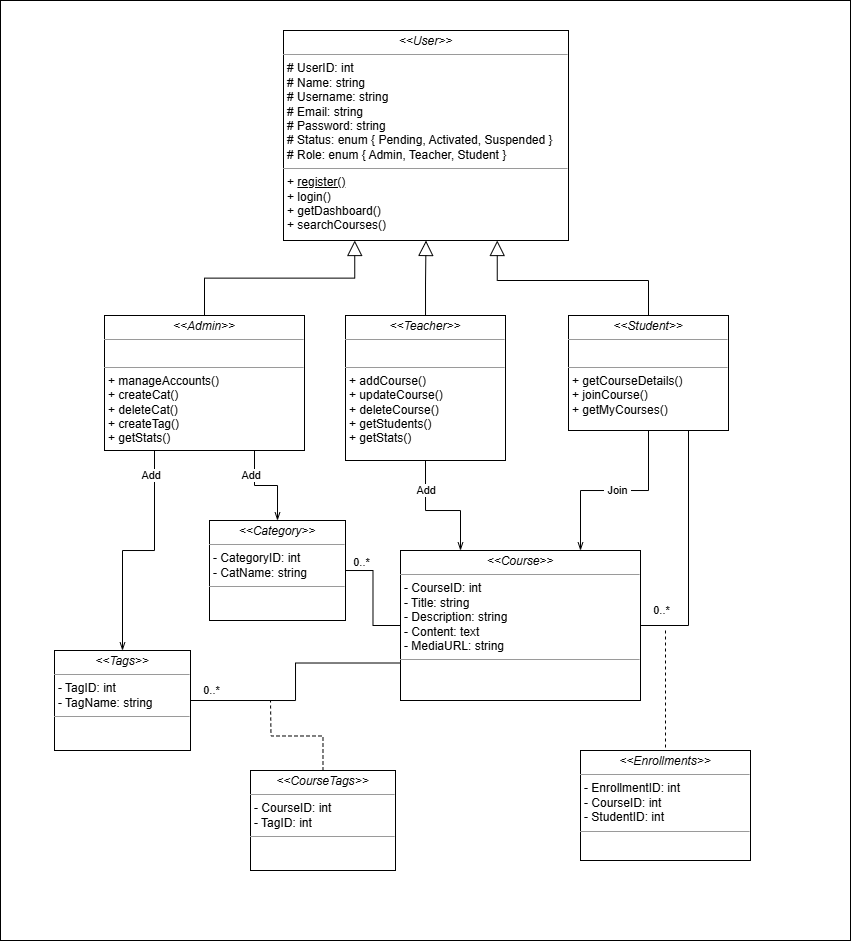
Above: diagrams/Class.png in theshamkhi/Udemy (draw.io), before the change. Source tidied: cells renumbered, new cells last; positions are measured from the earlier drawing's top-left corner, leaving out a move shared by most shapes.
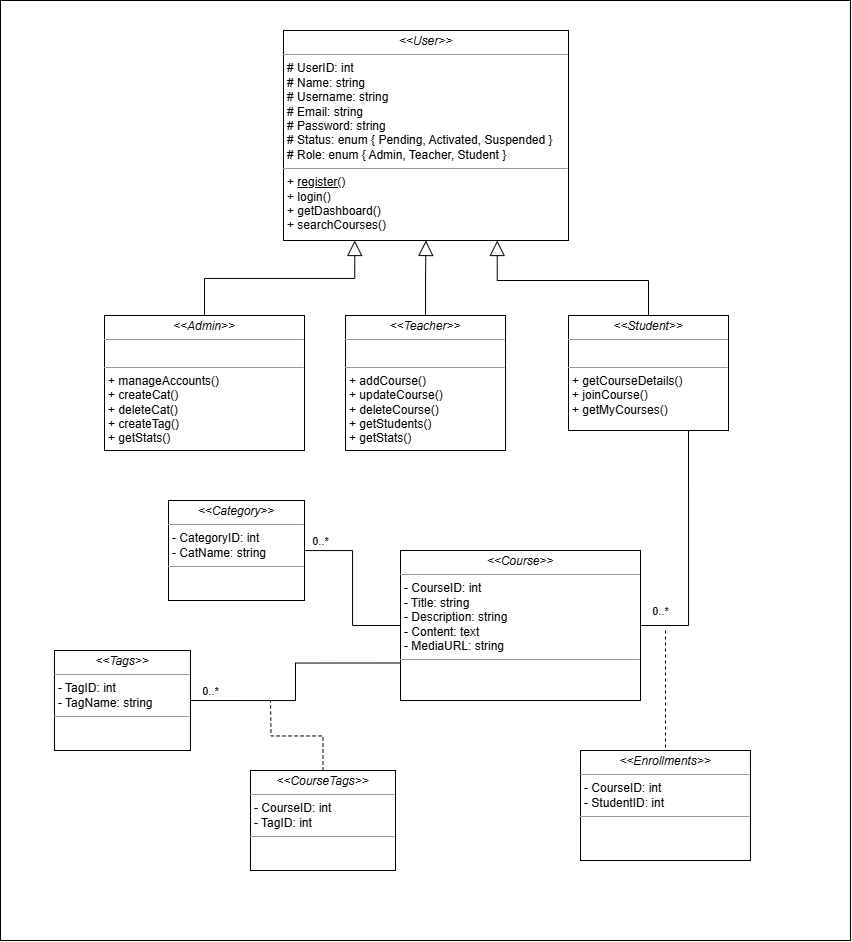
Above is the later version.

Commit message:
Updated Class Diagram

What changed in the source:
```diff
@@ -5,28 +5,14 @@
     <mxCell id="2" style="rounded=0;whiteSpace=wrap;html=1;" parent="1" vertex="1">
       <mxGeometry width="850" height="940" as="geometry" />
     </mxCell>
-    <mxCell id="3" style="edgeStyle=orthogonalEdgeStyle;rounded=0;jettySize=auto;html=1;exitX=0.75;exitY=1;exitDx=0;exitDy=0;entryX=0.5;entryY=0;entryDx=0;entryDy=0;endArrow=openThin;endFill=0;" parent="1" edge="1" source="5" target="11">
-      <mxGeometry relative="1" as="geometry" />
-    </mxCell>
-    <mxCell id="4" style="edgeStyle=orthogonalEdgeStyle;rounded=0;jettySize=auto;html=1;exitX=0.25;exitY=1;exitDx=0;exitDy=0;endArrow=openThin;endFill=0;" parent="1" edge="1" source="5" target="24">
-      <mxGeometry relative="1" as="geometry" />
-    </mxCell>
     <mxCell id="5" value="&lt;p style=&quot;margin:0px;margin-top:4px;text-align:center;&quot;&gt;&lt;i&gt;&amp;lt;&amp;lt;Admin&amp;gt;&amp;gt;&lt;/i&gt;&lt;br&gt;&lt;/p&gt;&lt;hr size=&quot;1&quot;&gt;&lt;p style=&quot;margin: 0px 0px 0px 4px;&quot;&gt;&lt;br&gt;&lt;/p&gt;&lt;hr size=&quot;1&quot;&gt;&lt;p style=&quot;margin:0px;margin-left:4px;&quot;&gt;&lt;span style=&quot;background-color: transparent; color: light-dark(rgb(0, 0, 0), rgb(255, 255, 255));&quot;&gt;+ manageAccounts()&lt;/span&gt;&lt;/p&gt;&lt;p style=&quot;margin:0px;margin-left:4px;&quot;&gt;&lt;span style=&quot;background-color: transparent; color: light-dark(rgb(0, 0, 0), rgb(255, 255, 255));&quot;&gt;+ createCat()&lt;/span&gt;&lt;/p&gt;&lt;p style=&quot;margin:0px;margin-left:4px;&quot;&gt;+ deleteCat()&lt;/p&gt;&lt;p style=&quot;margin:0px;margin-left:4px;&quot;&gt;+ createTag()&lt;/p&gt;&lt;p style=&quot;margin:0px;margin-left:4px;&quot;&gt;+ getStats()&lt;/p&gt;" style="verticalAlign=top;align=left;overflow=fill;fontSize=12;fontFamily=Helvetica;html=1;rounded=0;shadow=0;comic=0;labelBackgroundColor=none;strokeWidth=1;" parent="1" vertex="1">
       <mxGeometry x="104" y="315" width="200" height="135" as="geometry" />
     </mxCell>
-    <mxCell id="6" style="edgeStyle=orthogonalEdgeStyle;rounded=0;jettySize=auto;html=1;endArrow=openThin;endFill=0;exitX=0.5;exitY=1;exitDx=0;exitDy=0;entryX=0.25;entryY=0;entryDx=0;entryDy=0;" parent="1" edge="1" source="8" target="16">
-      <mxGeometry relative="1" as="geometry">
-        <Array as="points">
-          <mxPoint x="425" y="510" />
-          <mxPoint x="460" y="510" />
-        </Array>
-      </mxGeometry>
-    </mxCell>
     <mxCell id="7" style="edgeStyle=orthogonalEdgeStyle;rounded=0;jettySize=auto;html=1;endArrow=block;endFill=0;endSize=13;" parent="1" edge="1" source="8" target="10">
       <mxGeometry relative="1" as="geometry" />
     </mxCell>
     <mxCell id="8" value="&lt;p style=&quot;margin:0px;margin-top:4px;text-align:center;&quot;&gt;&lt;i&gt;&amp;lt;&amp;lt;Teacher&amp;gt;&amp;gt;&lt;/i&gt;&lt;br&gt;&lt;/p&gt;&lt;hr size=&quot;1&quot;&gt;&lt;p style=&quot;margin:0px;margin-left:4px;&quot;&gt;&lt;br&gt;&lt;/p&gt;&lt;hr size=&quot;1&quot;&gt;&lt;p style=&quot;margin:0px;margin-left:4px;&quot;&gt;+ addCourse()&lt;/p&gt;&lt;p style=&quot;margin:0px;margin-left:4px;&quot;&gt;+ updateCourse()&lt;/p&gt;&lt;p style=&quot;margin:0px;margin-left:4px;&quot;&gt;+ deleteCourse()&lt;/p&gt;&lt;p style=&quot;margin:0px;margin-left:4px;&quot;&gt;+ getStudents()&lt;/p&gt;&lt;p style=&quot;margin:0px;margin-left:4px;&quot;&gt;+ getStats()&lt;/p&gt;" style="verticalAlign=top;align=left;overflow=fill;fontSize=12;fontFamily=Helvetica;html=1;rounded=0;shadow=0;comic=0;labelBackgroundColor=none;strokeWidth=1;" parent="1" vertex="1">
-      <mxGeometry x="345" y="315" width="160" height="145" as="geometry" />
+      <mxGeometry x="345" y="315" width="160" height="135" as="geometry" />
     </mxCell>
     <mxCell id="9" value="&lt;p style=&quot;margin:0px;margin-top:4px;text-align:center;&quot;&gt;&lt;i&gt;&amp;lt;&amp;lt;Student&amp;gt;&amp;gt;&lt;/i&gt;&lt;br&gt;&lt;/p&gt;&lt;hr size=&quot;1&quot;&gt;&lt;p style=&quot;margin:0px;margin-left:4px;&quot;&gt;&lt;br&gt;&lt;/p&gt;&lt;hr size=&quot;1&quot;&gt;&lt;p style=&quot;margin:0px;margin-left:4px;&quot;&gt;+ getCourseDetails()&lt;/p&gt;&lt;p style=&quot;margin:0px;margin-left:4px;&quot;&gt;+ joinCourse()&lt;/p&gt;&lt;p style=&quot;margin:0px;margin-left:4px;&quot;&gt;+ getMyCourses()&lt;/p&gt;" style="verticalAlign=top;align=left;overflow=fill;fontSize=12;fontFamily=Helvetica;html=1;rounded=0;shadow=0;comic=0;labelBackgroundColor=none;strokeWidth=1;" parent="1" vertex="1">
       <mxGeometry x="568" y="315" width="160" height="115" as="geometry" />
@@ -35,24 +21,24 @@
       <mxGeometry x="283" y="30" width="285" height="210" as="geometry" />
     </mxCell>
     <mxCell id="11" value="&lt;p style=&quot;margin:0px;margin-top:4px;text-align:center;&quot;&gt;&lt;i&gt;&amp;lt;&amp;lt;&lt;/i&gt;&lt;i style=&quot;background-color: transparent; color: light-dark(rgb(0, 0, 0), rgb(255, 255, 255));&quot;&gt;Category&lt;/i&gt;&lt;i style=&quot;background-color: transparent; color: light-dark(rgb(0, 0, 0), rgb(255, 255, 255));&quot;&gt;&amp;gt;&amp;gt;&lt;/i&gt;&lt;/p&gt;&lt;hr size=&quot;1&quot;&gt;&lt;p style=&quot;margin:0px;margin-left:4px;&quot;&gt;- CategoryID: int&lt;br&gt;- CatName: string&lt;/p&gt;&lt;hr size=&quot;1&quot;&gt;&lt;p style=&quot;margin:0px;margin-left:4px;&quot;&gt;&lt;br&gt;&lt;/p&gt;" style="verticalAlign=top;align=left;overflow=fill;fontSize=12;fontFamily=Helvetica;html=1;rounded=0;shadow=0;comic=0;labelBackgroundColor=none;strokeWidth=1;" parent="1" vertex="1">
-      <mxGeometry x="209" y="520" width="136" height="100" as="geometry" />
+      <mxGeometry x="168" y="500" width="136" height="100" as="geometry" />
     </mxCell>
     <mxCell id="12" style="edgeStyle=orthogonalEdgeStyle;rounded=0;jettySize=auto;html=1;endArrow=none;endFill=0;" parent="1" edge="1" source="16" target="11">
       <mxGeometry relative="1" as="geometry" />
     </mxCell>
     <mxCell id="13" value="0..*" style="edgeLabel;html=1;align=center;verticalAlign=middle;" parent="12" vertex="1">
       <mxGeometry x="0.49" y="-1" relative="1" as="geometry">
-        <mxPoint x="-13" y="-9" as="offset" />
+        <mxPoint x="-28" y="-9" as="offset" />
       </mxGeometry>
     </mxCell>
     <mxCell id="14" value="0..*" style="edgeLabel;html=1;align=center;verticalAlign=middle;" parent="12" vertex="1">
       <mxGeometry x="0.49" y="-1" relative="1" as="geometry">
-        <mxPoint x="-163" y="119" as="offset" />
+        <mxPoint x="-138" y="141" as="offset" />
       </mxGeometry>
     </mxCell>
     <mxCell id="15" value="0..*" style="edgeLabel;html=1;align=center;verticalAlign=middle;" parent="12" vertex="1">
       <mxGeometry x="0.49" y="-1" relative="1" as="geometry">
-        <mxPoint x="287" y="39" as="offset" />
+        <mxPoint x="312" y="61" as="offset" />
       </mxGeometry>
     </mxCell>
     <mxCell id="16" value="&lt;p style=&quot;margin:0px;margin-top:4px;text-align:center;&quot;&gt;&lt;i&gt;&amp;lt;&amp;lt;Course&lt;/i&gt;&lt;i style=&quot;background-color: transparent; color: light-dark(rgb(0, 0, 0), rgb(255, 255, 255));&quot;&gt;&amp;gt;&amp;gt;&lt;/i&gt;&lt;/p&gt;&lt;hr size=&quot;1&quot;&gt;&lt;p style=&quot;margin: 0px 0px 0px 4px;&quot;&gt;- CourseID: int&lt;br&gt;- Title: string&lt;/p&gt;&lt;p style=&quot;margin: 0px 0px 0px 4px;&quot;&gt;- Description: string&lt;/p&gt;&lt;p style=&quot;margin: 0px 0px 0px 4px;&quot;&gt;- Content: text&lt;/p&gt;&lt;p style=&quot;margin: 0px 0px 0px 4px;&quot;&gt;- MediaURL: string&lt;/p&gt;&lt;hr size=&quot;1&quot;&gt;&lt;p style=&quot;margin:0px;margin-left:4px;&quot;&gt;&lt;br&gt;&lt;/p&gt;" style="verticalAlign=top;align=left;overflow=fill;fontSize=12;fontFamily=Helvetica;html=1;rounded=0;shadow=0;comic=0;labelBackgroundColor=none;strokeWidth=1;" parent="1" vertex="1">
@@ -65,29 +51,6 @@
         </Array>
       </mxGeometry>
     </mxCell>
-    <mxCell id="18" style="edgeStyle=orthogonalEdgeStyle;rounded=0;jettySize=auto;html=1;endArrow=openThin;endFill=0;exitX=0.5;exitY=1;exitDx=0;exitDy=0;entryX=0.75;entryY=0;entryDx=0;entryDy=0;" parent="1" edge="1" source="9" target="16">
-      <mxGeometry relative="1" as="geometry" />
-    </mxCell>
-    <mxCell id="19" value="&amp;nbsp;Join&amp;nbsp;" style="edgeLabel;html=1;align=center;verticalAlign=middle;" parent="18" vertex="1">
-      <mxGeometry x="-0.22" y="-7" relative="1" as="geometry">
-        <mxPoint x="-18" y="7" as="offset" />
-      </mxGeometry>
-    </mxCell>
-    <mxCell id="20" value="&amp;nbsp;Add&amp;nbsp;" style="edgeLabel;html=1;align=center;verticalAlign=middle;" parent="18" vertex="1">
-      <mxGeometry x="-0.22" y="-6" relative="1" as="geometry">
-        <mxPoint x="-209" y="6" as="offset" />
-      </mxGeometry>
-    </mxCell>
-    <mxCell id="21" value="&amp;nbsp;Add&amp;nbsp;" style="edgeLabel;html=1;align=center;verticalAlign=middle;" parent="18" vertex="1">
-      <mxGeometry x="-0.22" y="-6" relative="1" as="geometry">
-        <mxPoint x="-484" y="-9" as="offset" />
-      </mxGeometry>
-    </mxCell>
-    <mxCell id="22" value="&amp;nbsp;Add&amp;nbsp;" style="edgeLabel;html=1;align=center;verticalAlign=middle;" parent="18" vertex="1">
-      <mxGeometry x="-0.22" y="-6" relative="1" as="geometry">
-        <mxPoint x="-384" y="-9" as="offset" />
-      </mxGeometry>
-    </mxCell>
     <mxCell id="23" style="edgeStyle=elbowEdgeStyle;elbow=vertical;endArrow=block;html=1;curved=0;rounded=0;endSize=13;startSize=8;exitX=0.5;exitY=0;exitDx=0;exitDy=0;entryX=0.25;entryY=1;entryDx=0;entryDy=0;endFill=0;" parent="1" edge="1" source="5" target="10">
       <mxGeometry relative="1" as="geometry" />
     </mxCell>
@@ -102,7 +65,7 @@
     <mxCell id="26" value="&lt;p style=&quot;margin:0px;margin-top:4px;text-align:center;&quot;&gt;&lt;i&gt;&amp;lt;&amp;lt;CourseTags&lt;/i&gt;&lt;i style=&quot;background-color: transparent; color: light-dark(rgb(0, 0, 0), rgb(255, 255, 255));&quot;&gt;&amp;gt;&amp;gt;&lt;/i&gt;&lt;/p&gt;&lt;hr size=&quot;1&quot;&gt;&lt;p style=&quot;margin:0px;margin-left:4px;&quot;&gt;- CourseID: int&lt;br&gt;- TagID: int&lt;/p&gt;&lt;hr size=&quot;1&quot;&gt;&lt;p style=&quot;margin:0px;margin-left:4px;&quot;&gt;&lt;br&gt;&lt;/p&gt;" style="verticalAlign=top;align=left;overflow=fill;fontSize=12;fontFamily=Helvetica;html=1;rounded=0;shadow=0;comic=0;labelBackgroundColor=none;strokeWidth=1;" parent="1" vertex="1">
       <mxGeometry x="250" y="770" width="145" height="100" as="geometry" />
     </mxCell>
-    <mxCell id="27" value="&lt;p style=&quot;margin:0px;margin-top:4px;text-align:center;&quot;&gt;&lt;i&gt;&amp;lt;&amp;lt;Enrollments&lt;/i&gt;&lt;i style=&quot;background-color: transparent; color: light-dark(rgb(0, 0, 0), rgb(255, 255, 255));&quot;&gt;&amp;gt;&amp;gt;&lt;/i&gt;&lt;/p&gt;&lt;hr size=&quot;1&quot;&gt;&lt;p style=&quot;margin: 0px 0px 0px 4px;&quot;&gt;- EnrollmentID: int&lt;/p&gt;&lt;p style=&quot;margin: 0px 0px 0px 4px;&quot;&gt;- CourseID: int&lt;/p&gt;&lt;p style=&quot;margin: 0px 0px 0px 4px;&quot;&gt;- StudentID: int&lt;br&gt;&lt;/p&gt;&lt;hr size=&quot;1&quot;&gt;&lt;p style=&quot;margin:0px;margin-left:4px;&quot;&gt;&lt;br&gt;&lt;/p&gt;" style="verticalAlign=top;align=left;overflow=fill;fontSize=12;fontFamily=Helvetica;html=1;rounded=0;shadow=0;comic=0;labelBackgroundColor=none;strokeWidth=1;" parent="1" vertex="1">
+    <mxCell id="27" value="&lt;p style=&quot;margin:0px;margin-top:4px;text-align:center;&quot;&gt;&lt;i&gt;&amp;lt;&amp;lt;Enrollments&lt;/i&gt;&lt;i style=&quot;background-color: transparent; color: light-dark(rgb(0, 0, 0), rgb(255, 255, 255));&quot;&gt;&amp;gt;&amp;gt;&lt;/i&gt;&lt;/p&gt;&lt;hr size=&quot;1&quot;&gt;&lt;p style=&quot;margin: 0px 0px 0px 4px;&quot;&gt;&lt;span style=&quot;background-color: transparent; color: light-dark(rgb(0, 0, 0), rgb(255, 255, 255));&quot;&gt;- CourseID: int&lt;/span&gt;&lt;/p&gt;&lt;p style=&quot;margin: 0px 0px 0px 4px;&quot;&gt;- StudentID: int&lt;br&gt;&lt;/p&gt;&lt;hr size=&quot;1&quot;&gt;&lt;p style=&quot;margin:0px;margin-left:4px;&quot;&gt;&lt;br&gt;&lt;/p&gt;" style="verticalAlign=top;align=left;overflow=fill;fontSize=12;fontFamily=Helvetica;html=1;rounded=0;shadow=0;comic=0;labelBackgroundColor=none;strokeWidth=1;" parent="1" vertex="1">
       <mxGeometry x="580" y="750" width="170" height="110" as="geometry" />
     </mxCell>
     <mxCell id="28" style="endArrow=none;html=1;rounded=0;exitX=1;exitY=0.5;exitDx=0;exitDy=0;entryX=0;entryY=0.75;entryDx=0;entryDy=0;edgeStyle=orthogonalEdgeStyle;" parent="1" edge="1" source="24" target="16">
```
